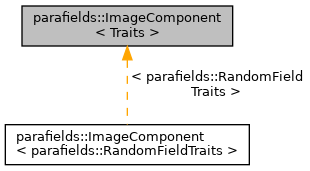
The Graphviz diagram a00969.png in parafields/parafields-core, before a commit. Its source is kept beside it as a00969.dot.
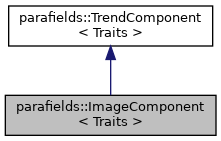
The same file after the commit.

Diff of the diagram source:
```diff
@@ -3,6 +3,6 @@
   edge [fontname="Helvetica",fontsize="10",labelfontname="Helvetica",labelfontsize="10"];
   node [fontname="Helvetica",fontsize="10",shape=record];
   Node1 [label="parafields::ImageComponent\l\< Traits \>",height=0.2,width=0.4,color="black", fillcolor="grey75", style="filled", fontcolor="black",tooltip="Component of random field based on pixel image."];
-  Node1 -> Node2 [dir="back",color="orange",fontsize="10",style="dashed",label=" \< parafields::RandomField\lTraits \>" ,fontname="Helvetica"];
-  Node2 [label="parafields::ImageComponent\l\< parafields::RandomFieldTraits \>",height=0.2,width=0.4,color="black", fillcolor="white", style="filled",URL="$a00970.html",tooltip=" "];
+  Node2 -> Node1 [dir="back",color="midnightblue",fontsize="10",style="solid",fontname="Helvetica"];
+  Node2 [label="parafields::TrendComponent\l\< Traits \>",height=0.2,width=0.4,color="black", fillcolor="white", style="filled",URL="$a00966.html",tooltip="Component of random field representing deterministic structure."];
 }
```
